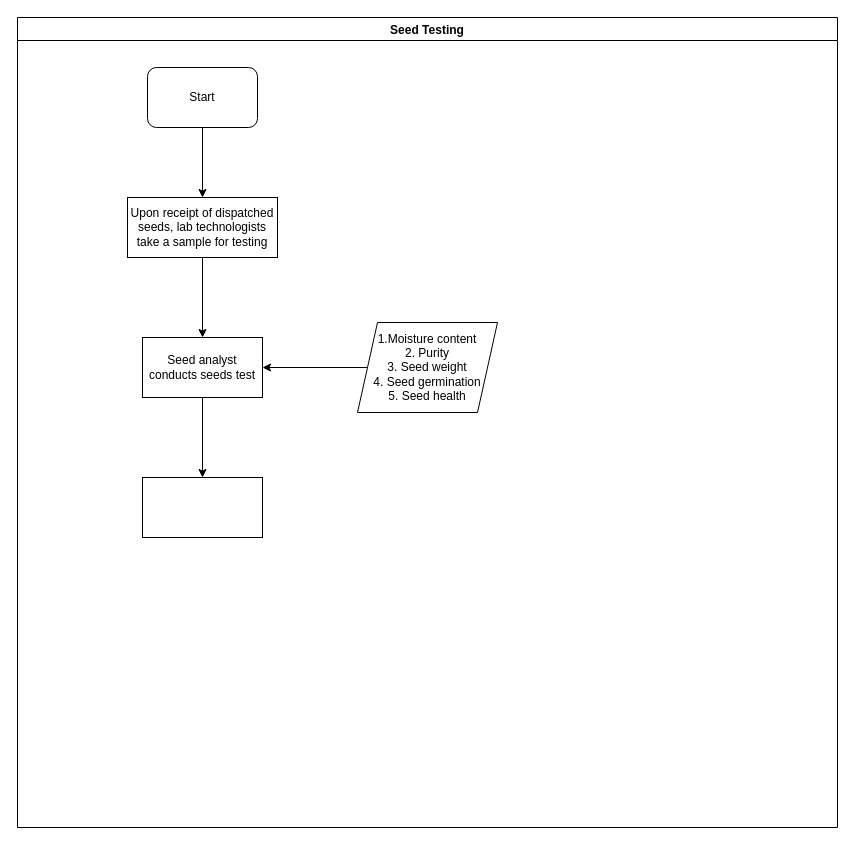
Above: KEFRI-R&D-Seed Testing.drawio in kmagua/flowcharts (draw.io), before the change. Source tidied: cells renumbered, new cells numbered last; positions are measured from the earlier drawing's top-left corner, leaving out a move shared by most shapes. Both pictures are drawn from the tidied source at 100%, with x=0, y=0 at pixel (17, 17).
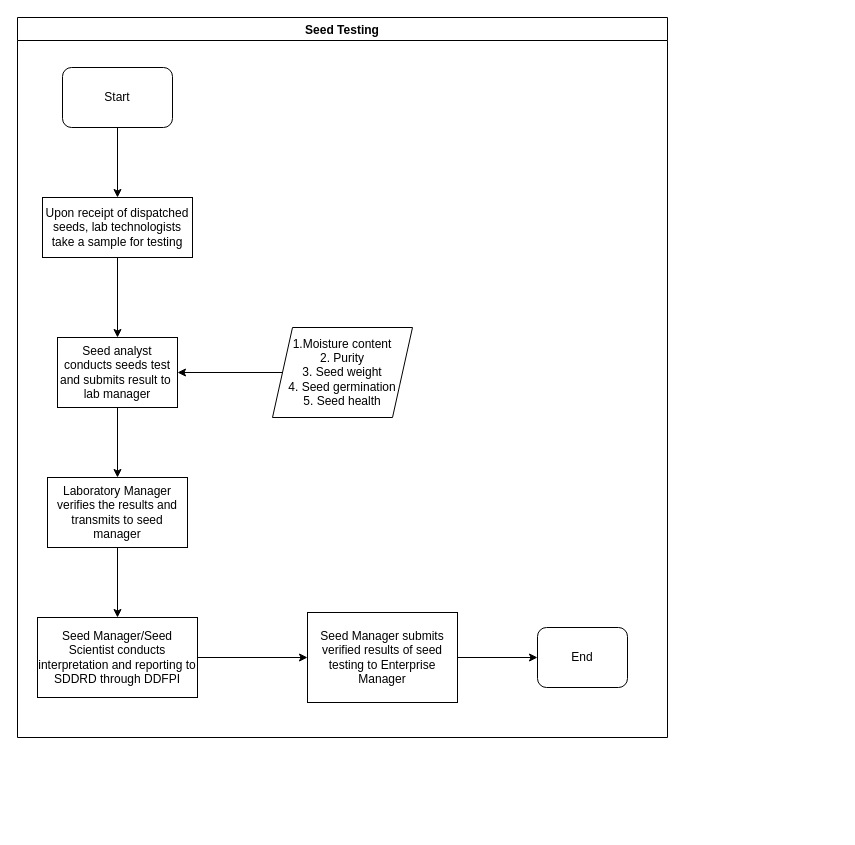
The same diagram, later.

Diff of the diagram source:
```diff
@@
 <mxGraphModel>
   <root>
     <mxCell id="0" />
     <mxCell id="1" parent="0" />
     <mxCell id="2" value="Seed Testing" style="swimlane;" parent="1" vertex="1">
-      <mxGeometry width="820" height="810" as="geometry" />
+      <mxGeometry width="650" height="720" as="geometry" />
     </mxCell>
     <mxCell id="3" value="Start" style="rounded=1;whiteSpace=wrap;html=1;" parent="2" vertex="1">
-      <mxGeometry x="130" y="50" width="110" height="60" as="geometry" />
+      <mxGeometry x="45" y="50" width="110" height="60" as="geometry" />
     </mxCell>
     <mxCell id="4" value="Upon receipt of dispatched seeds, lab technologists take a sample for testing" style="rounded=0;whiteSpace=wrap;html=1;" parent="2" vertex="1">
-      <mxGeometry x="110" y="180" width="150" height="60" as="geometry" />
+      <mxGeometry x="25" y="180" width="150" height="60" as="geometry" />
     </mxCell>
     <mxCell id="5" style="edgeStyle=orthogonalEdgeStyle;rounded=0;jettySize=auto;html=1;" parent="2" edge="1" source="3" target="4">
       <mxGeometry relative="1" as="geometry" />
     </mxCell>
     <mxCell id="6" value="&lt;div&gt;1.Moisture content&lt;/div&gt;&lt;div&gt;2. Purity&lt;/div&gt;&lt;div&gt;3. Seed weight&lt;/div&gt;&lt;div&gt;4. Seed germination&lt;/div&gt;&lt;div&gt;5. Seed health&lt;br&gt;&lt;/div&gt;" style="shape=parallelogram;perimeter=parallelogramPerimeter;whiteSpace=wrap;html=1;fixedSize=1;" parent="2" vertex="1">
-      <mxGeometry x="340" y="305" width="140" height="90" as="geometry" />
+      <mxGeometry x="255" y="310" width="140" height="90" as="geometry" />
     </mxCell>
-    <mxCell id="7" style="edgeStyle=orthogonalEdgeStyle;rounded=0;jettySize=auto;html=1;" parent="1" edge="1" source="8" target="11">
-      <mxGeometry relative="1" as="geometry" />
-    </mxCell>
+    <mxCell id="12" value="Seed Manager/Seed Scientist conducts interpretation and reporting to SDDRD through DDFPI" style="rounded=0;whiteSpace=wrap;html=1;" parent="2" vertex="1">
+      <mxGeometry x="20" y="600" width="160" height="80" as="geometry" />
+    </mxCell>
+    <mxCell id="13" value="Seed Manager submits verified results of seed testing to Enterprise Manager" style="whiteSpace=wrap;html=1;rounded=0;" parent="2" vertex="1">
+      <mxGeometry x="290" y="595" width="150" height="90" as="geometry" />
+    </mxCell>
+    <mxCell id="14" style="edgeStyle=orthogonalEdgeStyle;rounded=0;jettySize=auto;html=1;" parent="2" edge="1" source="12" target="13">
+      <mxGeometry relative="1" as="geometry" />
+    </mxCell>
+    <mxCell id="15" value="End" style="rounded=1;whiteSpace=wrap;html=1;" parent="2" vertex="1">
+      <mxGeometry x="520" y="610" width="90" height="60" as="geometry" />
+    </mxCell>
+    <mxCell id="16" style="edgeStyle=orthogonalEdgeStyle;rounded=0;jettySize=auto;html=1;" parent="2" edge="1" source="13" target="15">
+      <mxGeometry relative="1" as="geometry" />
+    </mxCell>
-    <mxCell id="8" value="Seed analyst conducts seeds test" style="whiteSpace=wrap;html=1;rounded=0;" parent="1" vertex="1">
-      <mxGeometry x="125" y="320" width="120" height="60" as="geometry" />
+    <mxCell id="8" value="Seed analyst conducts seeds test and submits result to&amp;nbsp; lab manager" style="whiteSpace=wrap;html=1;rounded=0;" parent="2" vertex="1">
+      <mxGeometry x="40" y="320" width="120" height="70" as="geometry" />
     </mxCell>
-    <mxCell id="9" style="edgeStyle=orthogonalEdgeStyle;rounded=0;jettySize=auto;html=1;" parent="1" edge="1" source="4" target="8">
+    <mxCell id="9" style="edgeStyle=orthogonalEdgeStyle;rounded=0;jettySize=auto;html=1;" parent="2" edge="1" source="4" target="8">
       <mxGeometry relative="1" as="geometry" />
     </mxCell>
-    <mxCell id="10" style="edgeStyle=orthogonalEdgeStyle;rounded=0;jettySize=auto;html=1;" parent="1" edge="1" source="6" target="8">
+    <mxCell id="10" style="edgeStyle=orthogonalEdgeStyle;rounded=0;jettySize=auto;html=1;" parent="2" edge="1" source="6" target="8">
       <mxGeometry relative="1" as="geometry" />
     </mxCell>
+    <mxCell id="17" style="edgeStyle=orthogonalEdgeStyle;rounded=0;jettySize=auto;html=1;" parent="2" edge="1" source="11" target="12">
+      <mxGeometry relative="1" as="geometry" />
+    </mxCell>
-    <mxCell id="11" style="whiteSpace=wrap;html=1;rounded=0;" parent="1" vertex="1">
-      <mxGeometry x="125" y="460" width="120" height="60" as="geometry" />
+    <mxCell id="11" value="Laboratory Manager verifies the results and transmits to seed manager" style="whiteSpace=wrap;html=1;rounded=0;" parent="2" vertex="1">
+      <mxGeometry x="30" y="460" width="140" height="70" as="geometry" />
     </mxCell>
+    <mxCell id="7" style="edgeStyle=orthogonalEdgeStyle;rounded=0;jettySize=auto;html=1;" parent="2" edge="1" source="8" target="11">
+      <mxGeometry relative="1" as="geometry" />
+    </mxCell>
   </root>
 </mxGraphModel>
```
